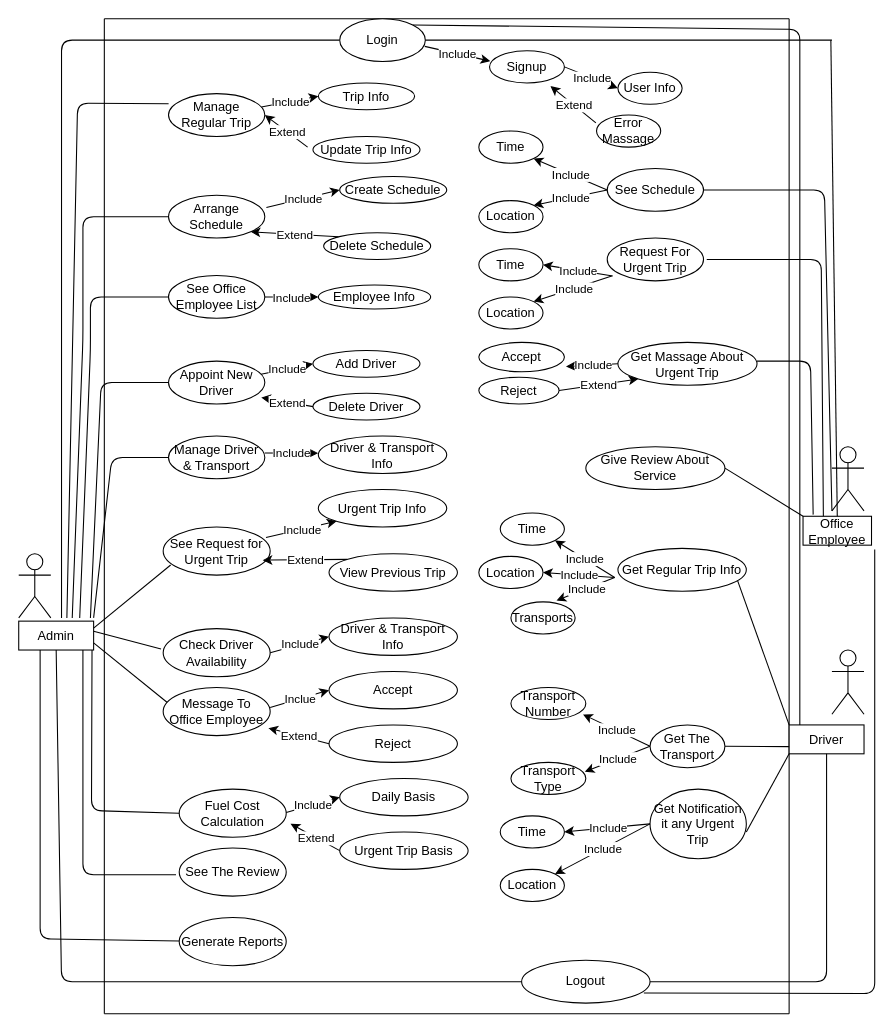
Earlier version of the draw.io diagram Untitled Diagram.drawio (SHIMAISRAFIL/Transport-Schedule). Source tidied: cells renumbered, new cells numbered last; positions are measured from the earlier drawing's top-left corner, leaving out a move shared by most shapes. Both pictures are drawn from the tidied source at 107%, with x=0, y=0 at pixel (18, 18).
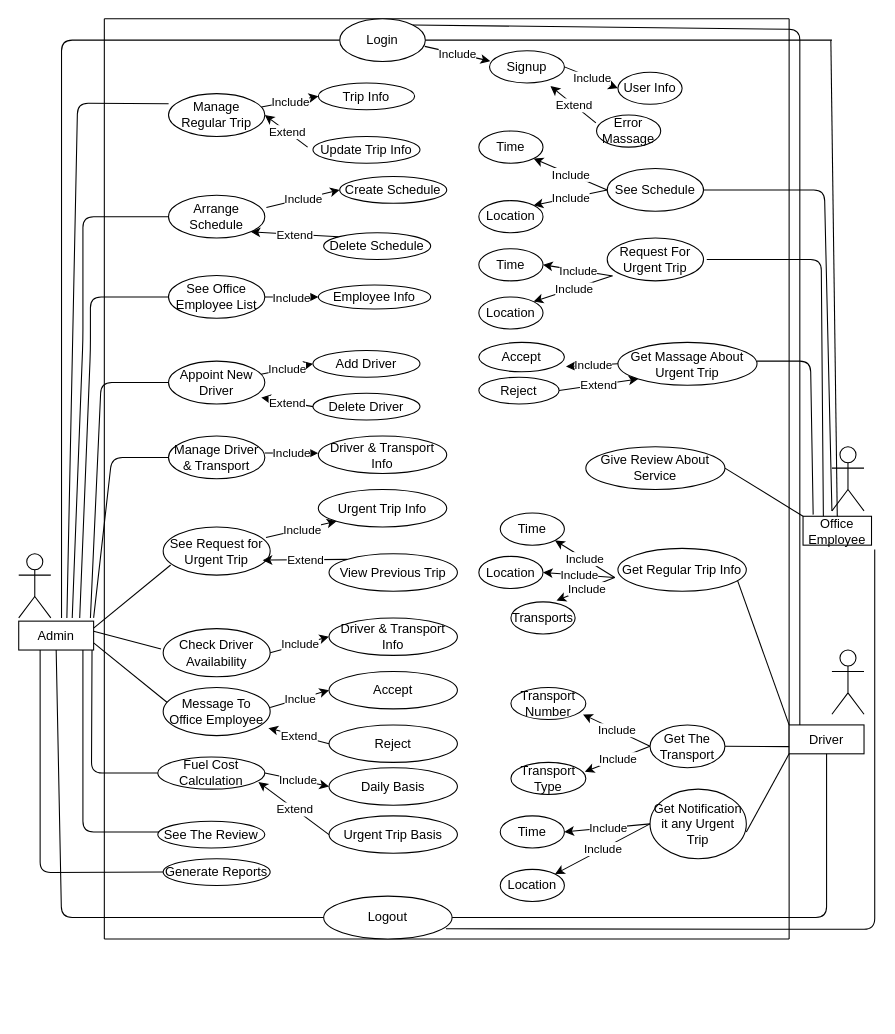
After the change.

The change refers to these unchanged cells:
```xml
<mxCell id="9" value="Admin" style="rounded=0;whiteSpace=wrap;html=1;" parent="1" vertex="1">
  <mxGeometry y="563" width="70" height="27" as="geometry" />
</mxCell>
<mxCell id="11" value="Driver" style="rounded=0;whiteSpace=wrap;html=1;" parent="1" vertex="1">
  <mxGeometry x="720" y="660" width="70" height="27" as="geometry" />
</mxCell>
```

What changed in the source:
```diff
@@
     <mxCell id="5" style="endArrow=none;html=1;" parent="1" edge="1">
       <mxGeometry relative="1" as="geometry">
-        <mxPoint x="80" y="930" as="sourcePoint" />
+        <mxPoint x="80" y="860" as="sourcePoint" />
         <mxPoint x="80" as="targetPoint" />
       </mxGeometry>
     </mxCell>
@@
     <mxCell id="7" style="endArrow=none;html=1;" parent="1" edge="1">
       <mxGeometry relative="1" as="geometry">
-        <mxPoint x="80" y="930" as="sourcePoint" />
-        <mxPoint x="720" y="930" as="targetPoint" />
+        <mxPoint x="80" y="860" as="sourcePoint" />
+        <mxPoint x="720" y="860" as="targetPoint" />
       </mxGeometry>
     </mxCell>
     <mxCell id="8" style="endArrow=none;html=1;" parent="1" edge="1">
       <mxGeometry relative="1" as="geometry">
-        <mxPoint x="720" y="930" as="sourcePoint" />
+        <mxPoint x="720" y="860" as="sourcePoint" />
         <mxPoint x="720" as="targetPoint" />
       </mxGeometry>
     </mxCell>
@@
     <mxCell id="12" style="endArrow=none;html=1;entryX=0.5;entryY=1;entryDx=0;entryDy=0;exitX=1;exitY=0.5;exitDx=0;exitDy=0;" parent="1" edge="1" source="13" target="11">
       <mxGeometry relative="1" as="geometry">
         <Array as="points">
-          <mxPoint x="755" y="900" />
+          <mxPoint x="755" y="840" />
         </Array>
       </mxGeometry>
     </mxCell>
     <mxCell id="13" value="Logout" style="ellipse;whiteSpace=wrap;html=1;" parent="1" vertex="1">
-      <mxGeometry x="470" y="880" width="120" height="40" as="geometry" />
+      <mxGeometry x="285" y="820" width="120" height="40" as="geometry" />
     </mxCell>
@@
     <mxCell id="39" style="endArrow=none;html=1;entryX=0.5;entryY=1;entryDx=0;entryDy=0;exitX=0;exitY=0.5;exitDx=0;exitDy=0;" parent="1" edge="1" source="13" target="9">
       <mxGeometry relative="1" as="geometry">
         <Array as="points">
-          <mxPoint x="40" y="900" />
+          <mxPoint x="40" y="840" />
         </Array>
       </mxGeometry>
     </mxCell>
     <mxCell id="40" style="endArrow=none;html=1;exitX=0.952;exitY=0.763;exitDx=0;exitDy=0;exitPerimeter=0;" parent="1" edge="1" source="13">
       <mxGeometry relative="1" as="geometry">
         <mxPoint x="800" y="496" as="targetPoint" />
         <Array as="points">
-          <mxPoint x="800" y="911" />
+          <mxPoint x="800" y="851" />
         </Array>
       </mxGeometry>
     </mxCell>
@@
     <mxCell id="85" style="endArrow=none;html=1;exitX=0.75;exitY=1;exitDx=0;exitDy=0;entryX=0;entryY=0.5;entryDx=0;entryDy=0;" parent="1" edge="1" target="86">
       <mxGeometry relative="1" as="geometry">
         <mxPoint x="68.5" y="590" as="sourcePoint" />
         <Array as="points">
-          <mxPoint x="68" y="740" />
+          <mxPoint x="68" y="705" />
         </Array>
       </mxGeometry>
     </mxCell>
     <mxCell id="86" value="Fuel Cost Calculation" style="ellipse;whiteSpace=wrap;html=1;" parent="1" vertex="1">
-      <mxGeometry x="150" y="720" width="100" height="45" as="geometry" />
+      <mxGeometry x="130" y="690" width="100" height="30" as="geometry" />
     </mxCell>
     <mxCell id="87" value="Daily Basis" style="ellipse;whiteSpace=wrap;html=1;" parent="1" vertex="1">
-      <mxGeometry x="300" y="710" width="120" height="35" as="geometry" />
+      <mxGeometry x="290" y="700" width="120" height="35" as="geometry" />
     </mxCell>
     <mxCell id="88" value="Urgent Trip Basis" style="ellipse;whiteSpace=wrap;html=1;" parent="1" vertex="1">
-      <mxGeometry x="300" y="760" width="120" height="35" as="geometry" />
+      <mxGeometry x="290" y="745" width="120" height="35" as="geometry" />
     </mxCell>
-    <mxCell id="89" style="endArrow=classic;html=1;entryX=0;entryY=0.5;entryDx=0;entryDy=0;" parent="1" edge="1" target="87">
-      <mxGeometry relative="1" as="geometry">
-        <mxPoint x="250" y="741.9" as="sourcePoint" />
-      </mxGeometry>
+    <mxCell id="89" style="endArrow=classic;html=1;entryX=0;entryY=0.5;entryDx=0;entryDy=0;exitX=1;exitY=0.5;exitDx=0;exitDy=0;" parent="1" edge="1" source="86" target="87">
+      <mxGeometry relative="1" as="geometry" />
     </mxCell>
@@
-    <mxCell id="91" style="endArrow=classic;html=1;entryX=1.04;entryY=0.72;entryDx=0;entryDy=0;entryPerimeter=0;exitX=0;exitY=0.5;exitDx=0;exitDy=0;" parent="1" edge="1" source="88" target="86">
+    <mxCell id="91" style="endArrow=classic;html=1;entryX=0.94;entryY=0.778;entryDx=0;entryDy=0;entryPerimeter=0;exitX=0;exitY=0.5;exitDx=0;exitDy=0;" parent="1" edge="1" source="88" target="86">
       <mxGeometry relative="1" as="geometry" />
     </mxCell>
@@
     <mxCell id="93" value="See The Review" style="ellipse;whiteSpace=wrap;html=1;" parent="1" vertex="1">
-      <mxGeometry x="150" y="775" width="100" height="45" as="geometry" />
+      <mxGeometry x="130" y="750" width="100" height="25" as="geometry" />
     </mxCell>
     <mxCell id="94" style="endArrow=none;html=1;exitX=0.857;exitY=1;exitDx=0;exitDy=0;exitPerimeter=0;" parent="1" edge="1" source="9">
       <mxGeometry relative="1" as="geometry">
-        <mxPoint x="147" y="800" as="targetPoint" />
+        <mxPoint x="131" y="760" as="targetPoint" />
         <Array as="points">
-          <mxPoint x="60" y="800" />
+          <mxPoint x="60" y="760" />
         </Array>
       </mxGeometry>
     </mxCell>
     <mxCell id="95" style="endArrow=none;html=1;exitX=0.857;exitY=1;exitDx=0;exitDy=0;exitPerimeter=0;" parent="1" edge="1" target="96">
       <mxGeometry relative="1" as="geometry">
         <mxPoint x="20" y="590" as="sourcePoint" />
         <Array as="points">
-          <mxPoint x="20" y="860" />
+          <mxPoint x="20" y="798" />
         </Array>
       </mxGeometry>
     </mxCell>
     <mxCell id="96" value="Generate Reports" style="ellipse;whiteSpace=wrap;html=1;" parent="1" vertex="1">
-      <mxGeometry x="150" y="840" width="100" height="45" as="geometry" />
+      <mxGeometry x="135" y="785" width="100" height="25" as="geometry" />
     </mxCell>
```
